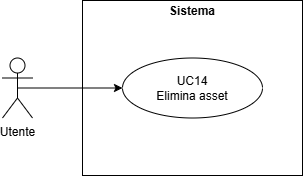
Earlier version of the draw.io export src/images/diagrammiUML/UC-14.png (CoderiusGroup/Documentazione). Source tidied: cells renumbered, new cells last; positions are measured from the earlier drawing's top-left corner, leaving out a move shared by most shapes.
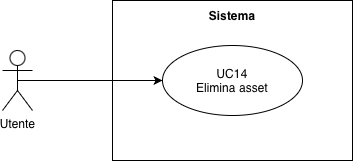
After the change.

Diff of the diagram source:
```diff
@@ -1,18 +1,21 @@
 <mxGraphModel>
   <root>
-    <mxCell id="0" />
+    <mxCell id="0" style="html=1;" />
-    <mxCell id="1" parent="0" />
+    <mxCell id="1" style="html=1;" parent="0" />
-    <mxCell id="2" value="&lt;p style=&quot;margin:0px;margin-top:4px;text-align:center;&quot;&gt;&lt;b&gt;Sistema&lt;/b&gt;&lt;/p&gt;" style="verticalAlign=top;align=left;overflow=fill;html=1;whiteSpace=wrap;fontColor=#000000;" parent="1" vertex="1">
-      <mxGeometry x="80" width="220" height="175" as="geometry" />
-    </mxCell>
-    <mxCell id="3" style="edgeStyle=orthogonalEdgeStyle;rounded=0;jettySize=auto;html=1;exitX=0.5;exitY=0.5;exitDx=0;exitDy=0;exitPerimeter=0;entryX=0;entryY=0.5;entryDx=0;entryDy=0;" parent="1" edge="1" source="4" target="5">
-      <mxGeometry relative="1" as="geometry" />
-    </mxCell>
+    <mxCell id="6" style="rounded=0;whiteSpace=wrap;html=1;" parent="1" vertex="1">
+      <mxGeometry x="406" y="175" width="240" height="160" as="geometry" />
+    </mxCell>
-    <mxCell id="4" value="Utente" style="shape=umlActor;verticalLabelPosition=bottom;verticalAlign=top;html=1;outlineConnect=0;" parent="1" vertex="1">
-      <mxGeometry y="57.5" width="30" height="60" as="geometry" />
+    <mxCell id="4" value="Utente" style="shape=umlActor;verticalLabelPosition=bottom;verticalAlign=top;html=1;" parent="1" vertex="1">
+      <mxGeometry x="296" y="225" width="30" height="60" as="geometry" />
     </mxCell>
-    <mxCell id="5" value="UC14&lt;div&gt;&lt;span style=&quot;background-color: transparent; color: light-dark(rgb(0, 0, 0), rgb(255, 255, 255));&quot;&gt;Elimina asset&lt;/span&gt;&lt;/div&gt;" style="ellipse;html=1;whiteSpace=wrap;" parent="1" vertex="1">
-      <mxGeometry x="120" y="57.5" width="140" height="60" as="geometry" />
+    <mxCell id="5" value="&lt;div&gt;UC14&lt;/div&gt;&lt;div&gt;Elimina asset&lt;/div&gt;" style="ellipse;whiteSpace=wrap;html=1;" parent="1" vertex="1">
+      <mxGeometry x="456" y="220" width="140" height="70" as="geometry" />
     </mxCell>
+    <mxCell id="3" style="endArrow=classic;html=1;rounded=0;exitX=0.5;exitY=0.5;exitDx=0;exitDy=0;exitPerimeter=0;entryX=0;entryY=0.5;entryDx=0;entryDy=0;endFill=1;" parent="1" edge="1" source="4" target="5">
+      <mxGeometry relative="1" as="geometry" />
+    </mxCell>
+    <mxCell id="2" value="Sistema" style="text;html=1;whiteSpace=wrap;strokeColor=none;fillColor=none;align=center;verticalAlign=middle;rounded=0;fontStyle=1;" parent="1" vertex="1">
+      <mxGeometry x="496" y="175" width="60" height="30" as="geometry" />
+    </mxCell>
   </root>
 </mxGraphModel>
```
